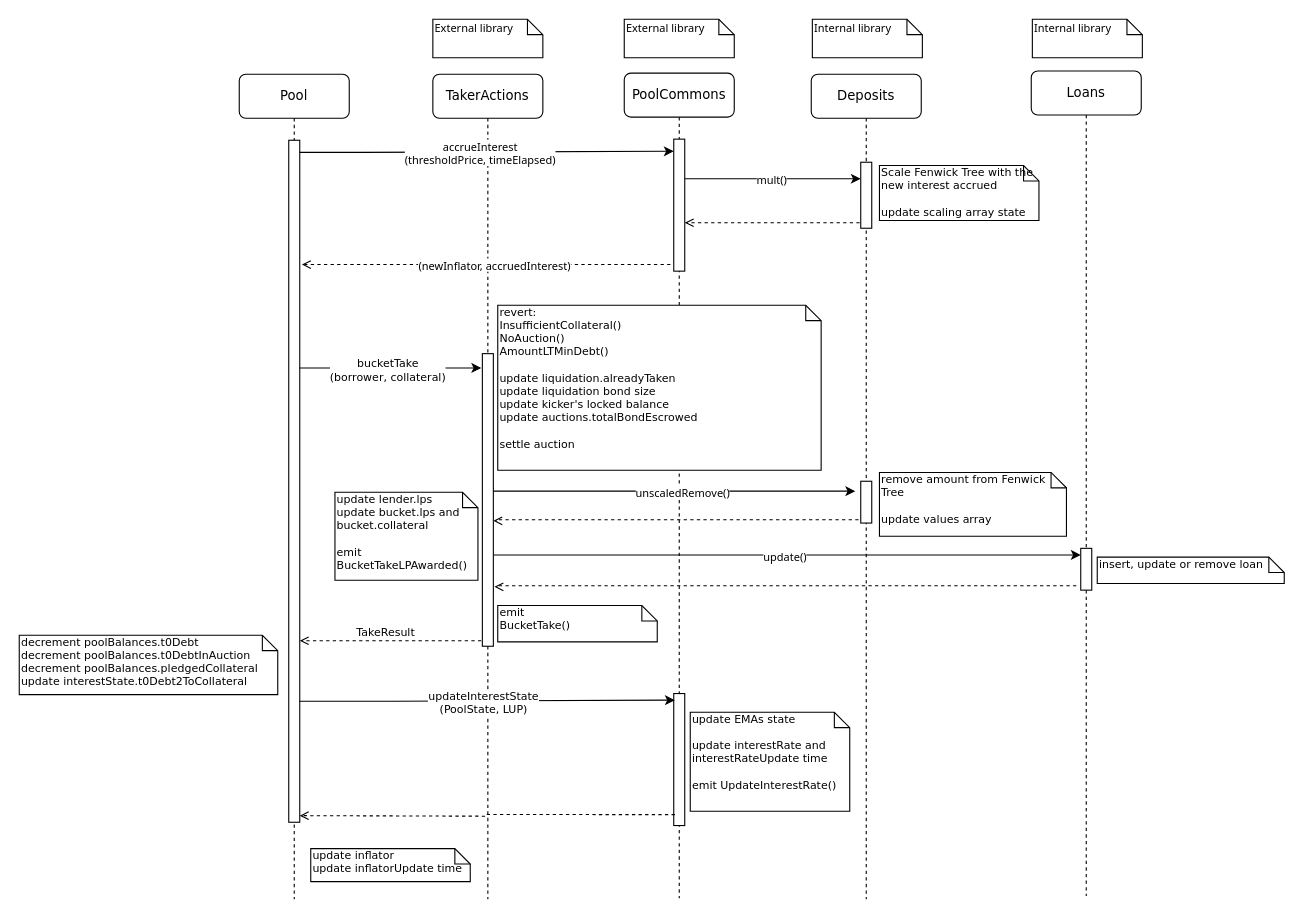
This is docs/drawio/bucketTake.drawio from ajna-finance/ajna-core, a draw.io file, before an edit. Source tidied: cells renumbered, new cells numbered last; positions are measured from the earlier drawing's top-left corner, leaving out a move shared by most shapes. Both pictures are drawn from the tidied source at 110%, with x=0, y=0 at pixel (19, 19).
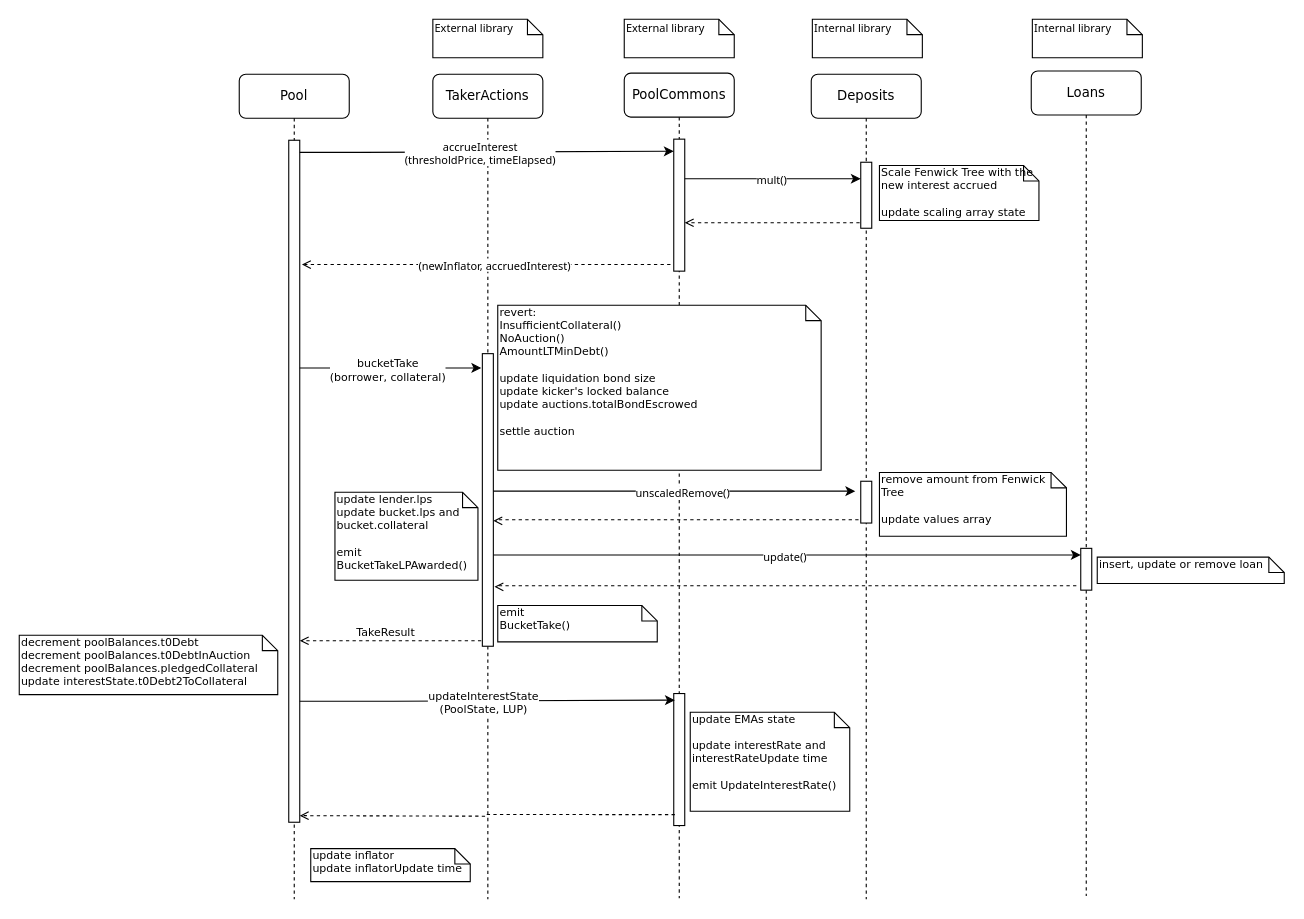
The same diagram, later.

Commit message (it also covers changes not shown here):
removed alreadyTaken from drawios

What changed in the source:
```diff
@@
-    <mxCell id="38" value="&lt;div&gt;revert:&lt;/div&gt;InsufficientCollateral()&lt;br&gt;NoAuction()&lt;br&gt;AmountLTMinDebt()&lt;div&gt;&lt;br&gt;&lt;/div&gt;update liquidation.alreadyTaken&lt;br&gt;update liquidation bond size&lt;br&gt;update kicker's locked balance&lt;br&gt;&lt;div&gt;update auctions.totalBondEscrowed&lt;/div&gt;&lt;div&gt;&lt;br&gt;&lt;/div&gt;&lt;div&gt;settle auction&lt;br&gt;&lt;/div&gt;" style="shape=note;whiteSpace=wrap;html=1;size=14;verticalAlign=top;align=left;spacingTop=-6;rounded=0;shadow=0;comic=0;labelBackgroundColor=none;strokeWidth=1;fontFamily=Verdana;fontSize=10;" parent="1" vertex="1">
+    <mxCell id="38" value="&lt;div&gt;revert:&lt;/div&gt;InsufficientCollateral()&lt;br&gt;NoAuction()&lt;br&gt;AmountLTMinDebt()&lt;div&gt;&lt;br&gt;&lt;/div&gt;update liquidation bond size&lt;br&gt;update kicker's locked balance&lt;br&gt;&lt;div&gt;update auctions.totalBondEscrowed&lt;/div&gt;&lt;div&gt;&lt;br&gt;&lt;/div&gt;&lt;div&gt;settle auction&lt;br&gt;&lt;/div&gt;" style="shape=note;whiteSpace=wrap;html=1;size=14;verticalAlign=top;align=left;spacingTop=-6;rounded=0;shadow=0;comic=0;labelBackgroundColor=none;strokeWidth=1;fontFamily=Verdana;fontSize=10;" parent="1" vertex="1">
       <mxGeometry x="435" y="260" width="294" height="150" as="geometry" />
     </mxCell>
```
